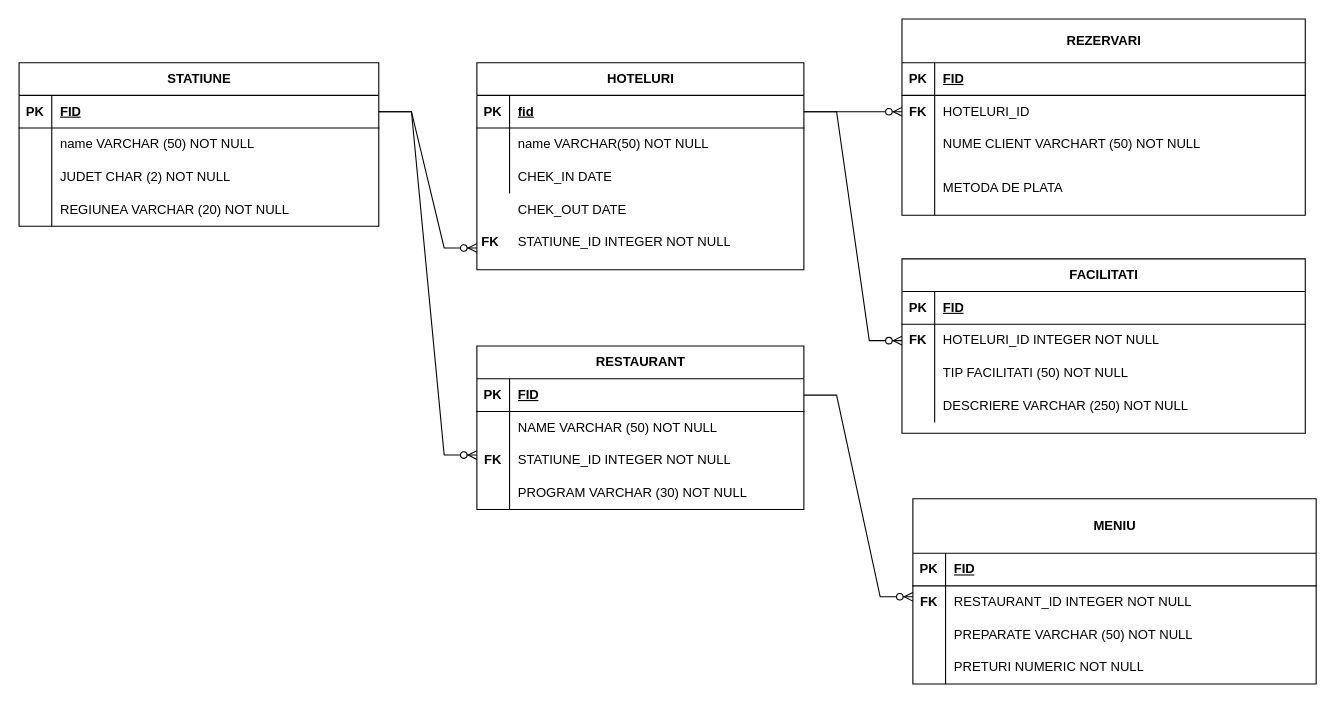
MaticA26/Statiunea_corbu keeps this draw.io diagram as Diagramă fără titlu.drawio. Above is the earlier version. Source tidied: cells renumbered, new cells numbered last; positions are measured from the earlier drawing's top-left corner, leaving out a move shared by most shapes. Both pictures are drawn from the tidied source at 109%, with x=0, y=0 at pixel (19, 19).
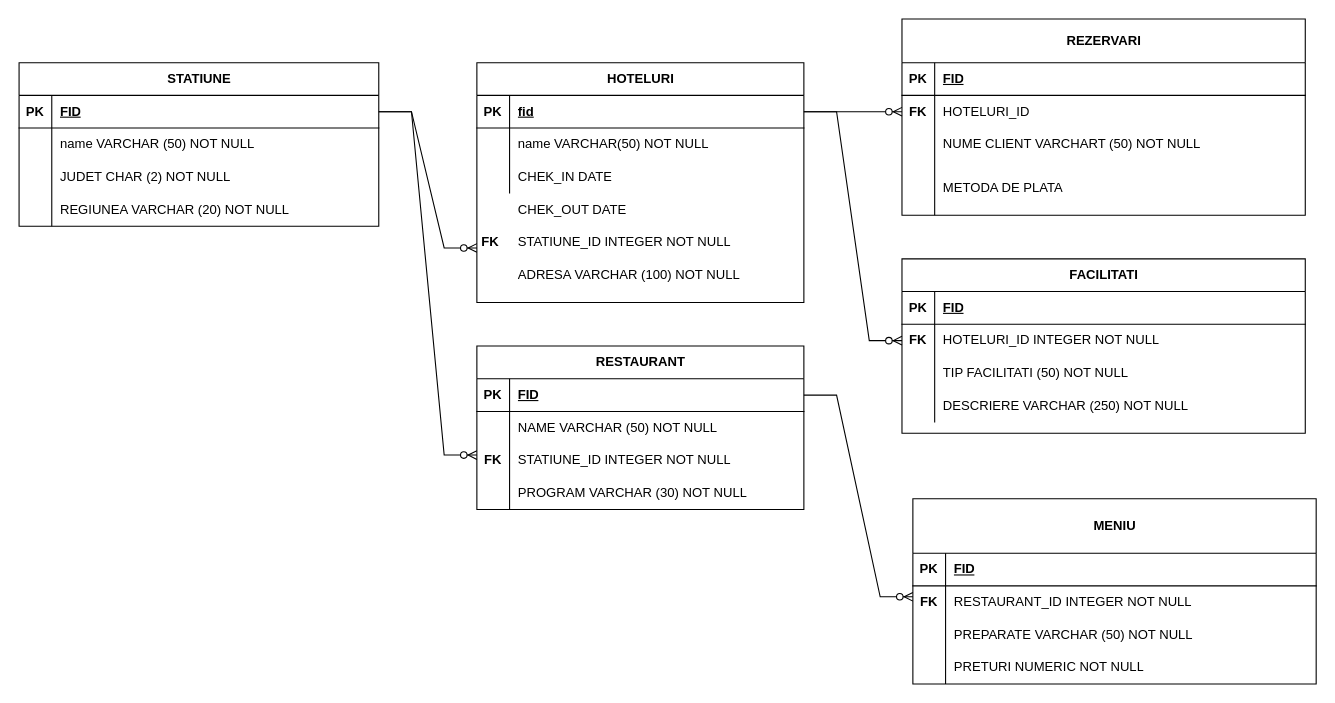
Above is the later version.

Diff of the diagram source:
```diff
@@
     <mxCell id="55" value="HOTELURI" style="shape=table;startSize=30;childLayout=tableLayout;rowLines=0;fontStyle=1;align=center;html=1;" parent="1" vertex="1">
-      <mxGeometry x="420" y="40" width="300" height="190" as="geometry" />
+      <mxGeometry x="420" y="40" width="300" height="220" as="geometry" />
     </mxCell>
@@
+    <mxCell id="90" value="ADRESA VARCHAR (100) NOT NULL" style="shape=partialRectangle;fillColor=none;top=0;left=0;bottom=0;right=0;align=left;spacingLeft=6;overflow=hidden;whiteSpace=wrap;html=1;" parent="1" vertex="1">
+      <mxGeometry x="450" y="220" width="270" height="30" as="geometry" />
+    </mxCell>
```
